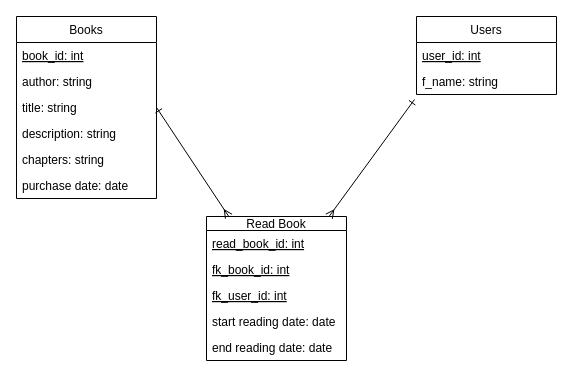
Above: page "UML read" (5 of 5) of Gerlinde/diagrams.drawio in peru3232/Database-development--Day1 (draw.io), before the change. Source tidied: cells renumbered, new cells numbered last; positions are measured from the earlier drawing's top-left corner, leaving out a move shared by most shapes. Both pictures are drawn from the tidied source at 100%, with x=0, y=0 at pixel (16, 16).
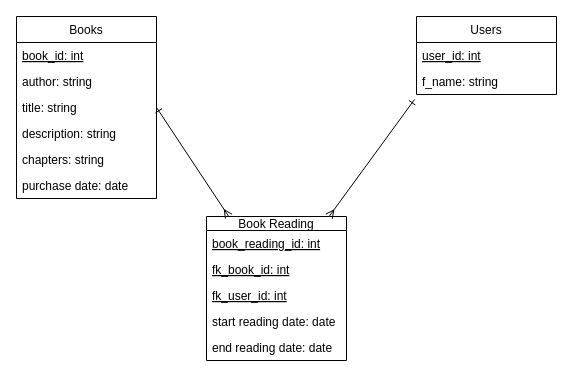
The same diagram, later.

Change to the diagram source:
```diff
@@
-    <mxCell id="14" value="Read Book" style="swimlane;fontStyle=0;horizontal=1;startSize=14;fillColor=none;" parent="1" vertex="1">
+    <mxCell id="14" value="Book Reading" style="swimlane;fontStyle=0;horizontal=1;startSize=14;fillColor=none;" parent="1" vertex="1">
       <mxGeometry x="190" y="200" width="140" height="144" as="geometry" />
     </mxCell>
-    <mxCell id="15" value="read_book_id: int" style="text;strokeColor=none;fillColor=none;align=left;verticalAlign=top;spacingLeft=4;spacingRight=4;overflow=hidden;fontStyle=4;" parent="14" vertex="1">
+    <mxCell id="15" value="book_reading_id: int" style="text;strokeColor=none;fillColor=none;align=left;verticalAlign=top;spacingLeft=4;spacingRight=4;overflow=hidden;fontStyle=4;" parent="14" vertex="1">
       <mxGeometry y="14" width="140" height="26" as="geometry" />
     </mxCell>
```
